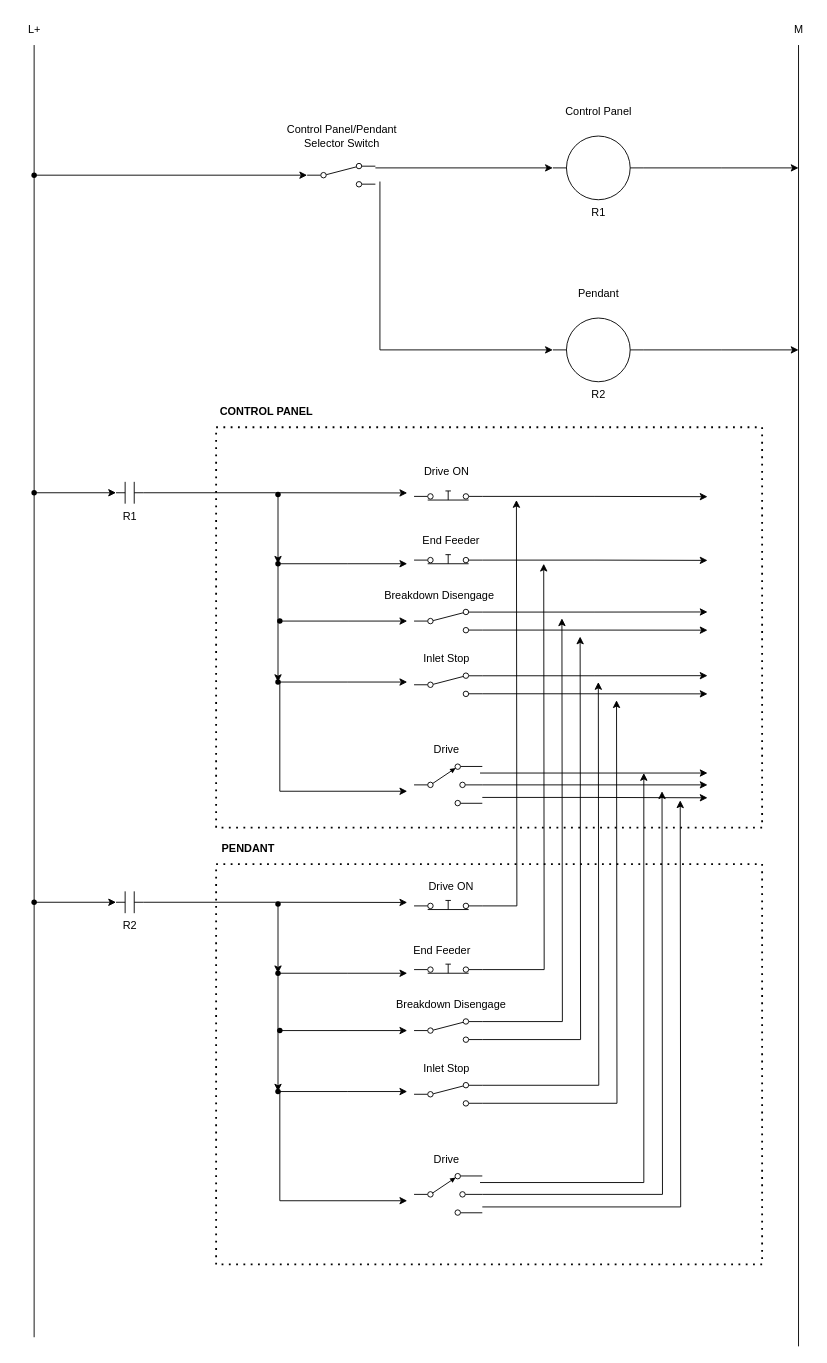
Before: 176 Pendant.drawio in nicholas-carnie/Nicks-files, a draw.io diagram. Source tidied: cells renumbered, new cells numbered last; positions are measured from the earlier drawing's top-left corner, leaving out a move shared by most shapes. Both pictures are drawn from the tidied source at 91%, with x=0, y=0 at pixel (15, 15).
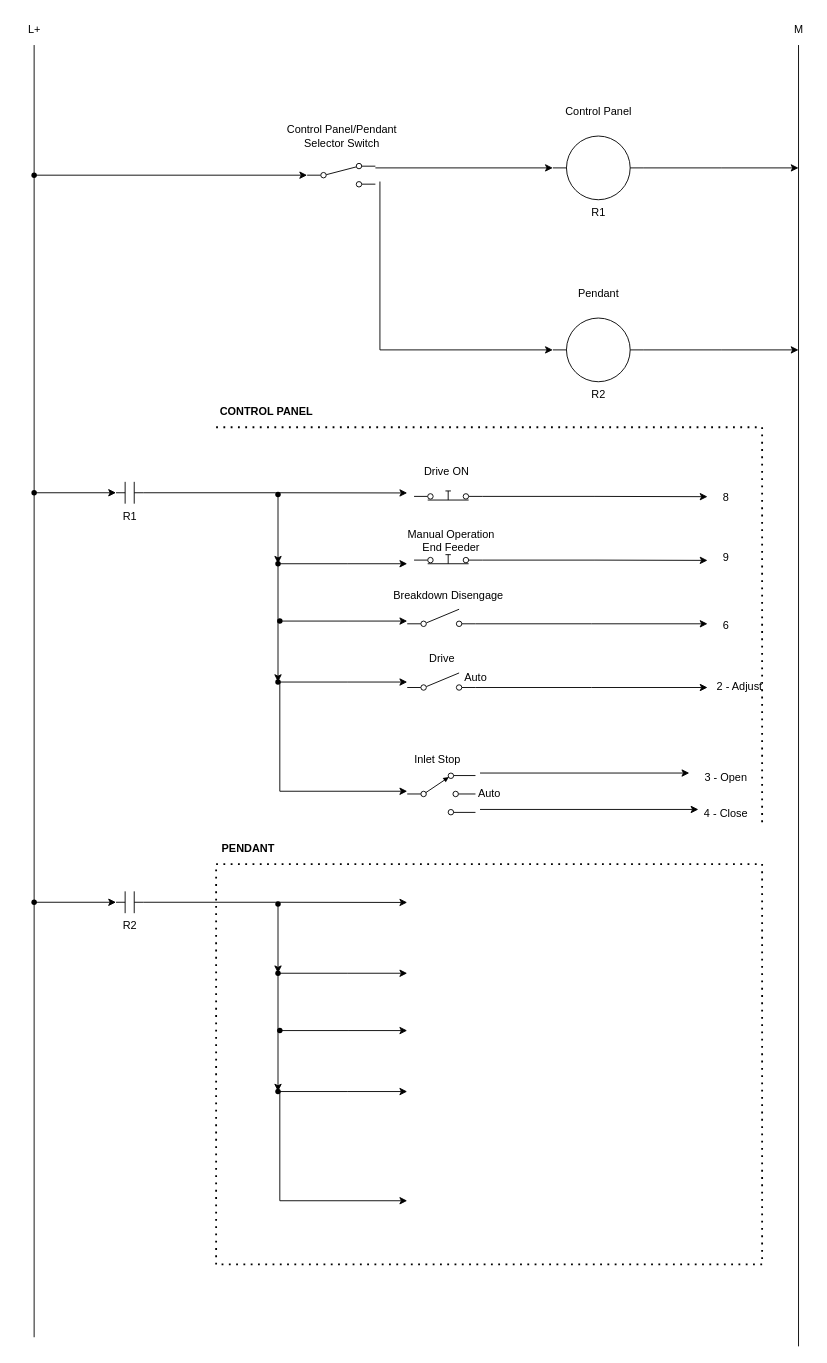
After the change.

The edit, as a diff of the source:
```diff
@@
-    <mxCell id="8" style="edgeStyle=orthogonalEdgeStyle;rounded=0;jettySize=auto;html=1;exitX=1;exitY=0.8;exitDx=0;exitDy=0;" parent="1" edge="1" source="10">
-      <mxGeometry relative="1" as="geometry">
-        <mxPoint x="760" y="859.2" as="targetPoint" />
-      </mxGeometry>
-    </mxCell>
-    <mxCell id="9" style="edgeStyle=orthogonalEdgeStyle;rounded=0;jettySize=auto;html=1;" parent="1" edge="1" source="10">
-      <mxGeometry relative="1" as="geometry">
-        <mxPoint x="760" y="845" as="targetPoint" />
-      </mxGeometry>
-    </mxCell>
-    <mxCell id="10" style="verticalLabelPosition=bottom;shadow=0;dashed=0;align=center;html=1;verticalAlign=top;shape=mxgraph.electrical.electro-mechanical.selectorSwitch3Position2;elSwitchState=1;" parent="1" vertex="1">
-      <mxGeometry x="437.5" y="822" width="75" height="46" as="geometry" />
-    </mxCell>
-    <mxCell id="11" style="edgeStyle=orthogonalEdgeStyle;rounded=0;jettySize=auto;html=1;exitX=1;exitY=0.12;exitDx=0;exitDy=0;" parent="1" edge="1" source="13">
-      <mxGeometry relative="1" as="geometry">
-        <mxPoint x="760" y="725" as="targetPoint" />
-      </mxGeometry>
-    </mxCell>
-    <mxCell id="12" style="edgeStyle=orthogonalEdgeStyle;rounded=0;jettySize=auto;html=1;exitX=1;exitY=0.88;exitDx=0;exitDy=0;" parent="1" edge="1" source="13">
-      <mxGeometry relative="1" as="geometry">
-        <mxPoint x="760" y="745" as="targetPoint" />
-      </mxGeometry>
-    </mxCell>
-    <mxCell id="13" style="html=1;shape=mxgraph.electrical.electro-mechanical.twoWaySwitch;elSwitchState=2;" parent="1" vertex="1">
-      <mxGeometry x="437.5" y="722" width="75" height="26" as="geometry" />
-    </mxCell>
@@
-    <mxCell id="23" style="edgeStyle=orthogonalEdgeStyle;rounded=0;jettySize=auto;html=1;exitX=1;exitY=0.12;exitDx=0;exitDy=0;" parent="1" edge="1" source="25">
-      <mxGeometry relative="1" as="geometry">
-        <mxPoint x="760" y="655" as="targetPoint" />
-      </mxGeometry>
-    </mxCell>
-    <mxCell id="24" style="edgeStyle=orthogonalEdgeStyle;rounded=0;jettySize=auto;html=1;exitX=1;exitY=0.88;exitDx=0;exitDy=0;" parent="1" edge="1" source="25">
-      <mxGeometry relative="1" as="geometry">
-        <mxPoint x="760" y="675" as="targetPoint" />
-      </mxGeometry>
-    </mxCell>
-    <mxCell id="25" style="html=1;shape=mxgraph.electrical.electro-mechanical.twoWaySwitch;elSwitchState=2;" parent="1" vertex="1">
-      <mxGeometry x="437.5" y="652" width="75" height="26" as="geometry" />
-    </mxCell>
@@
-    <mxCell id="36" style="endArrow=classic;html=1;rounded=0;" parent="1" edge="1">
-      <mxGeometry relative="1" as="geometry">
-        <mxPoint x="510" y="832" as="sourcePoint" />
-        <mxPoint x="760" y="832" as="targetPoint" />
-      </mxGeometry>
-    </mxCell>
@@
-    <mxCell id="39" style="edgeStyle=orthogonalEdgeStyle;rounded=0;jettySize=auto;html=1;exitX=1;exitY=0.8;exitDx=0;exitDy=0;" parent="1" edge="1" source="41">
-      <mxGeometry relative="1" as="geometry">
-        <mxPoint x="730" y="862" as="targetPoint" />
-      </mxGeometry>
-    </mxCell>
-    <mxCell id="40" style="edgeStyle=orthogonalEdgeStyle;rounded=0;jettySize=auto;html=1;" parent="1" edge="1" source="41">
-      <mxGeometry relative="1" as="geometry">
-        <mxPoint x="710" y="852" as="targetPoint" />
-      </mxGeometry>
-    </mxCell>
-    <mxCell id="41" style="verticalLabelPosition=bottom;shadow=0;dashed=0;align=center;html=1;verticalAlign=top;shape=mxgraph.electrical.electro-mechanical.selectorSwitch3Position2;elSwitchState=1;" parent="1" vertex="1">
-      <mxGeometry x="437.5" y="1272" width="75" height="46" as="geometry" />
-    </mxCell>
-    <mxCell id="42" style="edgeStyle=orthogonalEdgeStyle;rounded=0;jettySize=auto;html=1;exitX=1;exitY=0.12;exitDx=0;exitDy=0;" parent="1" edge="1" source="44">
-      <mxGeometry relative="1" as="geometry">
-        <mxPoint x="640" y="732" as="targetPoint" />
-      </mxGeometry>
-    </mxCell>
-    <mxCell id="43" style="edgeStyle=orthogonalEdgeStyle;rounded=0;jettySize=auto;html=1;exitX=1;exitY=0.88;exitDx=0;exitDy=0;" parent="1" edge="1" source="44">
-      <mxGeometry relative="1" as="geometry">
-        <mxPoint x="660" y="752" as="targetPoint" />
-      </mxGeometry>
-    </mxCell>
-    <mxCell id="44" style="html=1;shape=mxgraph.electrical.electro-mechanical.twoWaySwitch;elSwitchState=2;" parent="1" vertex="1">
-      <mxGeometry x="437.5" y="1172" width="75" height="26" as="geometry" />
-    </mxCell>
-    <mxCell id="45" style="edgeStyle=orthogonalEdgeStyle;rounded=0;jettySize=auto;html=1;exitX=1;exitY=0.8;exitDx=0;exitDy=0;" parent="1" edge="1" source="46">
-      <mxGeometry relative="1" as="geometry">
-        <mxPoint x="550" y="532" as="targetPoint" />
-      </mxGeometry>
-    </mxCell>
-    <mxCell id="46" style="html=1;shape=mxgraph.electrical.electro-mechanical.pushbutton;elSwitchState=on;" parent="1" vertex="1">
-      <mxGeometry x="437.5" y="962" width="75" height="20" as="geometry" />
-    </mxCell>
-    <mxCell id="47" style="edgeStyle=orthogonalEdgeStyle;rounded=0;jettySize=auto;html=1;exitX=1;exitY=0.8;exitDx=0;exitDy=0;" parent="1" edge="1" source="48">
-      <mxGeometry relative="1" as="geometry">
-        <mxPoint x="580" y="602" as="targetPoint" />
-      </mxGeometry>
-    </mxCell>
-    <mxCell id="48" style="html=1;shape=mxgraph.electrical.electro-mechanical.pushbutton;elSwitchState=on;" parent="1" vertex="1">
-      <mxGeometry x="437.5" y="1032" width="75" height="20" as="geometry" />
-    </mxCell>
-    <mxCell id="49" style="edgeStyle=orthogonalEdgeStyle;rounded=0;jettySize=auto;html=1;exitX=1;exitY=0.12;exitDx=0;exitDy=0;" parent="1" edge="1" source="51">
-      <mxGeometry relative="1" as="geometry">
-        <mxPoint x="600" y="662" as="targetPoint" />
-      </mxGeometry>
-    </mxCell>
-    <mxCell id="50" style="edgeStyle=orthogonalEdgeStyle;rounded=0;jettySize=auto;html=1;exitX=1;exitY=0.88;exitDx=0;exitDy=0;" parent="1" edge="1" source="51">
-      <mxGeometry relative="1" as="geometry">
-        <mxPoint x="620" y="682" as="targetPoint" />
-      </mxGeometry>
-    </mxCell>
-    <mxCell id="51" style="html=1;shape=mxgraph.electrical.electro-mechanical.twoWaySwitch;elSwitchState=2;" parent="1" vertex="1">
-      <mxGeometry x="437.5" y="1102" width="75" height="26" as="geometry" />
-    </mxCell>
@@
-    <mxCell id="62" style="endArrow=classic;html=1;rounded=0;" parent="1" edge="1">
-      <mxGeometry relative="1" as="geometry">
-        <mxPoint x="510" y="1282" as="sourcePoint" />
-        <mxPoint x="690" y="832" as="targetPoint" />
-        <Array as="points">
-          <mxPoint x="690" y="1282" />
-        </Array>
-      </mxGeometry>
-    </mxCell>
@@
-    <mxCell id="66" value="End Feeder" style="text;html=1;align=center;verticalAlign=middle;strokeColor=none;fillColor=none;" parent="1" vertex="1">
-      <mxGeometry x="432.5" y="562" width="90" height="30" as="geometry" />
+    <mxCell id="66" value="&lt;div&gt;Manual Operation&lt;/div&gt;End Feeder" style="text;html=1;align=center;verticalAlign=middle;strokeColor=none;fillColor=none;" parent="1" vertex="1">
+      <mxGeometry x="417.5" y="557" width="120" height="40" as="geometry" />
     </mxCell>
     <mxCell id="67" value="Inlet Stop" style="text;html=1;align=center;verticalAlign=middle;strokeColor=none;fillColor=none;" parent="1" vertex="1">
-      <mxGeometry x="437.5" y="692" width="70" height="30" as="geometry" />
+      <mxGeometry x="427.5" y="802" width="70" height="30" as="geometry" />
     </mxCell>
     <mxCell id="68" value="Drive" style="text;html=1;align=center;verticalAlign=middle;strokeColor=none;fillColor=none;" parent="1" vertex="1">
-      <mxGeometry x="447.5" y="792" width="50" height="30" as="geometry" />
+      <mxGeometry x="442.5" y="692" width="50" height="30" as="geometry" />
     </mxCell>
     <mxCell id="69" value="Breakdown Disengage" style="text;html=1;align=center;verticalAlign=middle;strokeColor=none;fillColor=none;" parent="1" vertex="1">
-      <mxGeometry x="395" y="622" width="140" height="30" as="geometry" />
+      <mxGeometry x="405" y="622" width="140" height="30" as="geometry" />
     </mxCell>
@@
-    <mxCell id="80" style="endArrow=none;dashed=1;html=1;dashPattern=1 3;strokeWidth=2;rounded=0;" parent="1" edge="1">
-      <mxGeometry relative="1" as="geometry">
-        <mxPoint x="820" y="892" as="sourcePoint" />
-        <mxPoint x="220" y="452" as="targetPoint" />
-        <Array as="points">
-          <mxPoint x="220" y="892" />
-        </Array>
-      </mxGeometry>
-    </mxCell>
@@
-    <mxCell id="84" value="Drive" style="text;html=1;align=center;verticalAlign=middle;strokeColor=none;fillColor=none;" parent="1" vertex="1">
-      <mxGeometry x="447.5" y="1242" width="50" height="30" as="geometry" />
-    </mxCell>
-    <mxCell id="85" value="Inlet Stop" style="text;html=1;align=center;verticalAlign=middle;strokeColor=none;fillColor=none;" parent="1" vertex="1">
-      <mxGeometry x="437.5" y="1142" width="70" height="30" as="geometry" />
-    </mxCell>
-    <mxCell id="86" value="Breakdown Disengage" style="text;html=1;align=center;verticalAlign=middle;strokeColor=none;fillColor=none;" parent="1" vertex="1">
-      <mxGeometry x="407.5" y="1072" width="140" height="30" as="geometry" />
-    </mxCell>
-    <mxCell id="87" value="End Feeder" style="text;html=1;align=center;verticalAlign=middle;strokeColor=none;fillColor=none;" parent="1" vertex="1">
-      <mxGeometry x="422.5" y="1012" width="90" height="30" as="geometry" />
-    </mxCell>
-    <mxCell id="88" value="Drive ON" style="text;html=1;align=center;verticalAlign=middle;strokeColor=none;fillColor=none;" parent="1" vertex="1">
-      <mxGeometry x="442.5" y="942" width="70" height="30" as="geometry" />
-    </mxCell>
+    <mxCell id="89" style="edgeStyle=orthogonalEdgeStyle;rounded=0;jettySize=auto;html=1;exitX=1;exitY=0.8;exitDx=0;exitDy=0;" parent="1" edge="1" source="90">
+      <mxGeometry relative="1" as="geometry">
+        <mxPoint x="760" y="668" as="targetPoint" />
+      </mxGeometry>
+    </mxCell>
+    <mxCell id="90" style="html=1;shape=mxgraph.electrical.electro-mechanical.singleSwitch;elSwitchState=off;" parent="1" vertex="1">
+      <mxGeometry x="430" y="652" width="75" height="20" as="geometry" />
+    </mxCell>
+    <mxCell id="91" style="edgeStyle=orthogonalEdgeStyle;rounded=0;jettySize=auto;html=1;exitX=1;exitY=0.8;exitDx=0;exitDy=0;" parent="1" edge="1" source="92">
+      <mxGeometry relative="1" as="geometry">
+        <mxPoint x="760" y="738" as="targetPoint" />
+      </mxGeometry>
+    </mxCell>
+    <mxCell id="92" style="html=1;shape=mxgraph.electrical.electro-mechanical.singleSwitch;elSwitchState=off;" parent="1" vertex="1">
+      <mxGeometry x="430" y="722" width="75" height="20" as="geometry" />
+    </mxCell>
+    <mxCell id="93" value="8" style="text;html=1;align=center;verticalAlign=middle;strokeColor=none;fillColor=none;" parent="1" vertex="1">
+      <mxGeometry x="765" y="514" width="30" height="30" as="geometry" />
+    </mxCell>
+    <mxCell id="94" value="9" style="text;html=1;align=center;verticalAlign=middle;strokeColor=none;fillColor=none;" parent="1" vertex="1">
+      <mxGeometry x="765" y="580" width="30" height="30" as="geometry" />
+    </mxCell>
+    <mxCell id="95" value="6" style="text;html=1;align=center;verticalAlign=middle;strokeColor=none;fillColor=none;" parent="1" vertex="1">
+      <mxGeometry x="765" y="655" width="30" height="30" as="geometry" />
+    </mxCell>
+    <mxCell id="96" value="2 - Adjust" style="text;html=1;align=center;verticalAlign=middle;strokeColor=none;fillColor=none;" parent="1" vertex="1">
+      <mxGeometry x="760" y="722" width="70" height="30" as="geometry" />
+    </mxCell>
+    <mxCell id="97" value="3 - Open" style="text;html=1;align=center;verticalAlign=middle;strokeColor=none;fillColor=none;" parent="1" vertex="1">
+      <mxGeometry x="745" y="822" width="70" height="30" as="geometry" />
+    </mxCell>
+    <mxCell id="98" value="4 - Close" style="text;html=1;align=center;verticalAlign=middle;strokeColor=none;fillColor=none;" parent="1" vertex="1">
+      <mxGeometry x="745" y="862" width="70" height="30" as="geometry" />
+    </mxCell>
+    <mxCell id="99" style="verticalLabelPosition=bottom;shadow=0;dashed=0;align=center;html=1;verticalAlign=top;shape=mxgraph.electrical.electro-mechanical.selectorSwitch3Position2;elSwitchState=1;" parent="1" vertex="1">
+      <mxGeometry x="430" y="832" width="75" height="46" as="geometry" />
+    </mxCell>
+    <mxCell id="100" style="endArrow=classic;html=1;rounded=0;" parent="1" edge="1">
+      <mxGeometry relative="1" as="geometry">
+        <mxPoint x="510" y="872" as="sourcePoint" />
+        <mxPoint x="750" y="872" as="targetPoint" />
+      </mxGeometry>
+    </mxCell>
+    <mxCell id="101" style="endArrow=classic;html=1;rounded=0;" parent="1" edge="1">
+      <mxGeometry relative="1" as="geometry">
+        <mxPoint x="510" y="832" as="sourcePoint" />
+        <mxPoint x="740" y="832" as="targetPoint" />
+      </mxGeometry>
+    </mxCell>
+    <mxCell id="102" value="Auto" style="text;html=1;align=center;verticalAlign=middle;strokeColor=none;fillColor=none;" parent="1" vertex="1">
+      <mxGeometry x="495" y="840" width="50" height="30" as="geometry" />
+    </mxCell>
+    <mxCell id="103" value="Auto" style="text;html=1;align=center;verticalAlign=middle;strokeColor=none;fillColor=none;" parent="1" vertex="1">
+      <mxGeometry x="480" y="712" width="50" height="30" as="geometry" />
+    </mxCell>
```
